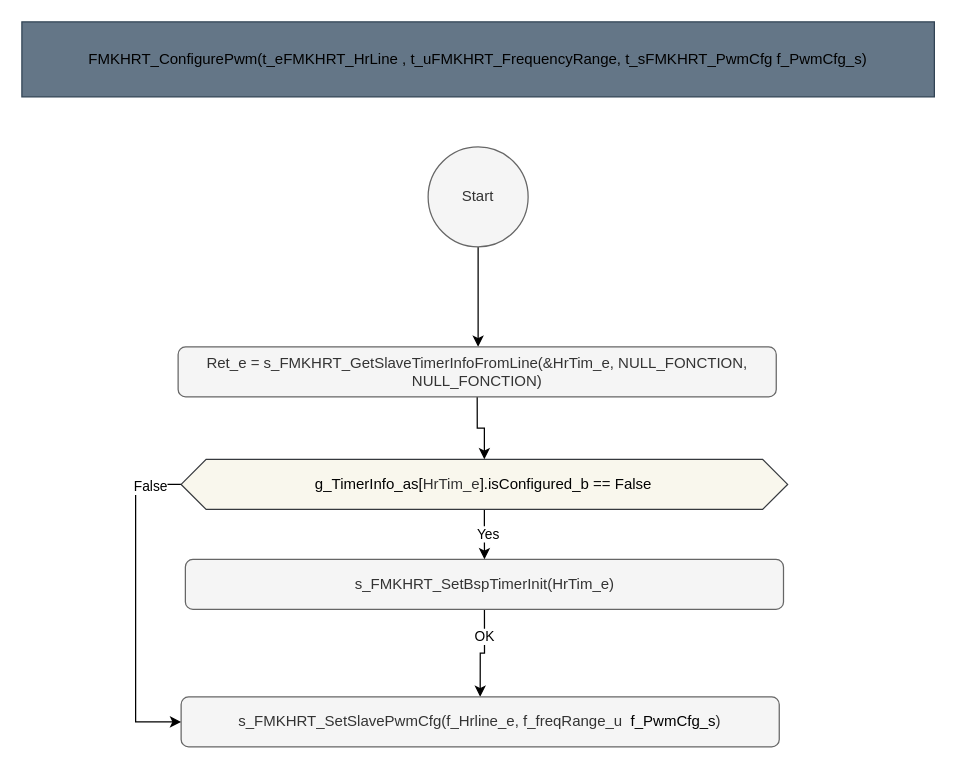
mbarbeau0545/Embedded_Common keeps this draw.io diagram as page "SimPwm" (4 of 9) of src/1_FMK/FMK_HAL/FMK_HRT/Doc/Design/DesognFMKHRTIM.drawio. Above is the earlier version. Source tidied: cells renumbered, new cells numbered last; positions are measured from the earlier drawing's top-left corner, leaving out a move shared by most shapes. Both pictures are drawn from the tidied source at 125%, with x=0, y=0 at pixel (21, 21).
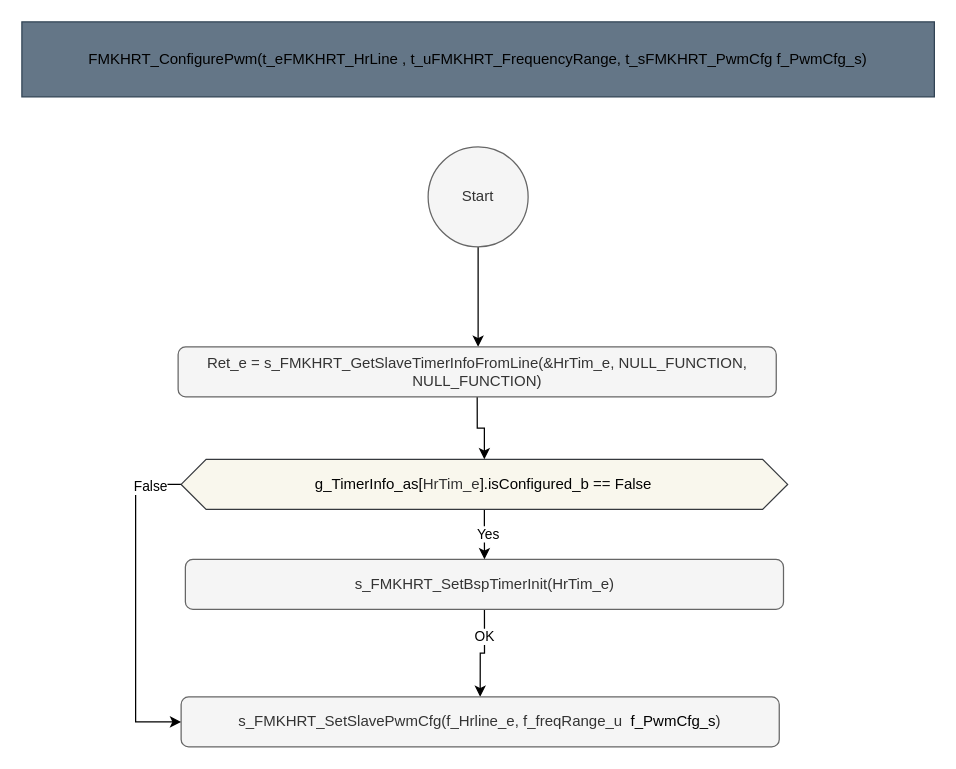
After the change.

What changed in the source:
```diff
@@
 <mxGraphModel>
   <root>
     <mxCell id="0" />
     <mxCell id="1" parent="0" />
     <mxCell id="2" style="edgeStyle=orthogonalEdgeStyle;rounded=0;jettySize=auto;html=1;exitX=0.5;exitY=1;exitDx=0;exitDy=0;" parent="1" edge="1" source="3">
       <mxGeometry relative="1" as="geometry">
         <mxPoint x="365" y="260" as="targetPoint" />
       </mxGeometry>
     </mxCell>
     <mxCell id="3" value="Start" style="ellipse;whiteSpace=wrap;html=1;fillColor=#f5f5f5;fontColor=#333333;strokeColor=#666666;" parent="1" vertex="1">
       <mxGeometry x="325" y="100" width="80" height="80" as="geometry" />
     </mxCell>
     <mxCell id="4" value="&lt;span style=&quot;color: rgb(0, 0, 0);&quot;&gt;FMKHRT_ConfigurePwm(t&lt;/span&gt;&lt;span style=&quot;color: rgb(0, 0, 0);&quot;&gt;_eFMKHRT_HrLine&amp;nbsp;&lt;/span&gt;&lt;span style=&quot;color: rgb(0, 0, 0);&quot;&gt;, t_uFMKHRT_FrequencyRange, t_sFMKHRT_PwmCfg f_PwmCfg_s)&lt;/span&gt;" style="rounded=0;whiteSpace=wrap;html=1;fillColor=#647687;fontColor=#ffffff;strokeColor=#314354;" parent="1" vertex="1">
       <mxGeometry width="730" height="60" as="geometry" />
     </mxCell>
     <mxCell id="5" style="edgeStyle=orthogonalEdgeStyle;rounded=0;jettySize=auto;html=1;exitX=0.5;exitY=1;exitDx=0;exitDy=0;entryX=0.5;entryY=0;entryDx=0;entryDy=0;" parent="1" edge="1" source="7" target="8">
       <mxGeometry relative="1" as="geometry" />
     </mxCell>
     <mxCell id="6" value="OK" style="edgeLabel;html=1;align=center;verticalAlign=middle;" parent="5" vertex="1">
       <mxGeometry x="-0.42" y="-1" relative="1" as="geometry" />
     </mxCell>
     <mxCell id="7" value="s_FMKHRT_SetBspTimerInit(HrTim_e)" style="rounded=1;whiteSpace=wrap;html=1;fillColor=#f5f5f5;fontColor=#333333;strokeColor=#666666;" parent="1" vertex="1">
       <mxGeometry x="130.8" y="430" width="478.5" height="40" as="geometry" />
     </mxCell>
     <mxCell id="8" value="s_FMKHRT_SetSlavePwmCfg(f_Hrline_e, f_freqRange_u&lt;span style=&quot;color: rgb(3, 3, 3);&quot;&gt;&amp;nbsp;&lt;/span&gt;&amp;nbsp;&lt;span style=&quot;color: rgb(0, 0, 0);&quot;&gt;f_PwmCfg_s&lt;/span&gt;)" style="rounded=1;whiteSpace=wrap;html=1;fillColor=#f5f5f5;fontColor=#333333;strokeColor=#666666;" parent="1" vertex="1">
       <mxGeometry x="127.4" y="540" width="478.5" height="40" as="geometry" />
     </mxCell>
     <mxCell id="9" style="edgeStyle=orthogonalEdgeStyle;rounded=0;jettySize=auto;html=1;exitX=0.5;exitY=1;exitDx=0;exitDy=0;" parent="1" edge="1" source="13" target="7">
       <mxGeometry relative="1" as="geometry" />
     </mxCell>
     <mxCell id="10" value="Yes" style="edgeLabel;html=1;align=center;verticalAlign=middle;" parent="9" vertex="1">
       <mxGeometry x="-0.04" y="2" relative="1" as="geometry" />
     </mxCell>
     <mxCell id="11" style="edgeStyle=orthogonalEdgeStyle;rounded=0;jettySize=auto;html=1;exitX=0;exitY=0.5;exitDx=0;exitDy=0;entryX=0;entryY=0.5;entryDx=0;entryDy=0;" parent="1" edge="1" source="13" target="8">
       <mxGeometry relative="1" as="geometry">
         <Array as="points">
           <mxPoint x="91" y="370" />
           <mxPoint x="91" y="560" />
         </Array>
       </mxGeometry>
     </mxCell>
     <mxCell id="12" value="False" style="edgeLabel;html=1;align=center;verticalAlign=middle;" parent="11" vertex="1">
       <mxGeometry x="-0.81" y="1" relative="1" as="geometry" />
     </mxCell>
     <mxCell id="13" value="g_TimerInfo_as[&lt;span style=&quot;color: rgb(51, 51, 51);&quot;&gt;HrTim_e&lt;/span&gt;].isConfigured_b == False" style="shape=hexagon;perimeter=hexagonPerimeter2;whiteSpace=wrap;html=1;fixedSize=1;fillColor=#f9f7ed;strokeColor=#36393d;fontColor=#030303;" parent="1" vertex="1">
       <mxGeometry x="127.4" y="350" width="485.2" height="40" as="geometry" />
     </mxCell>
     <mxCell id="14" style="edgeStyle=orthogonalEdgeStyle;rounded=0;jettySize=auto;html=1;exitX=0.5;exitY=1;exitDx=0;exitDy=0;" parent="1" edge="1" source="15" target="13">
       <mxGeometry relative="1" as="geometry" />
     </mxCell>
-    <mxCell id="15" value="Ret_e = s_FMKHRT_GetSlaveTimerInfoFromLine(&amp;amp;HrTim_e, NULL_FONCTION, NULL_FONCTION)" style="rounded=1;whiteSpace=wrap;html=1;fillColor=#f5f5f5;fontColor=#333333;strokeColor=#666666;" parent="1" vertex="1">
+    <mxCell id="15" value="Ret_e = s_FMKHRT_GetSlaveTimerInfoFromLine(&amp;amp;HrTim_e, NULL_FUNCTION, NULL_FUNCTION)" style="rounded=1;whiteSpace=wrap;html=1;fillColor=#f5f5f5;fontColor=#333333;strokeColor=#666666;" parent="1" vertex="1">
       <mxGeometry x="125" y="260" width="478.5" height="40" as="geometry" />
     </mxCell>
   </root>
 </mxGraphModel>
```
